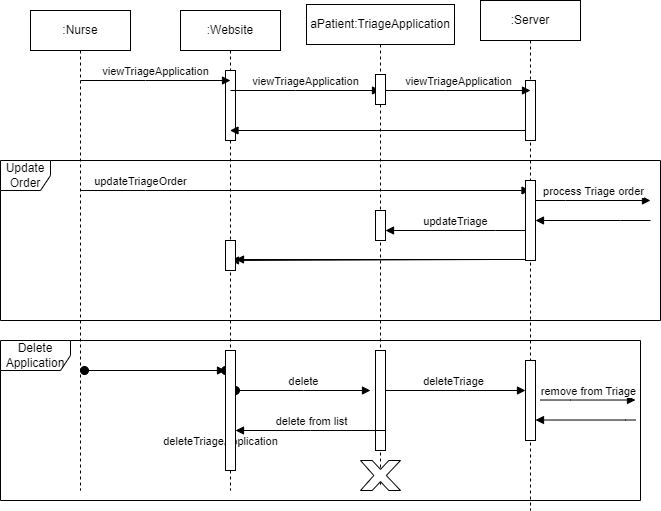
Above: Milestone2/activityDiagrams/Copy of view triage sequence diagram.drawio.png in SENG-350-2024-fall/Team5 (draw.io), before the change. Source tidied: cells renumbered, new cells last; positions are measured from the earlier drawing's top-left corner, leaving out a move shared by most shapes.
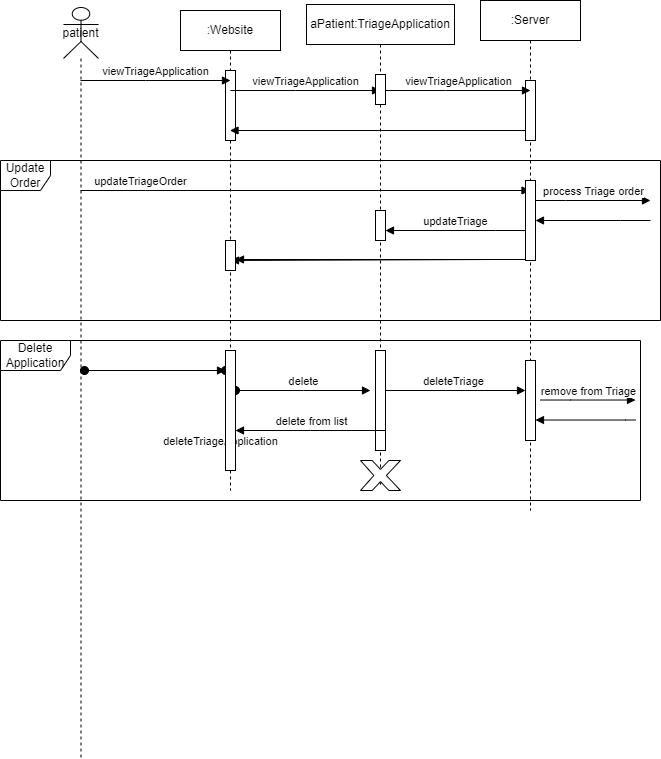
After the change.

Diff of the diagram source:
```diff
@@ -17,9 +17,6 @@
     <mxCell id="6" style="html=1;perimeter=orthogonalPerimeter;targetShapes=umlLifeline;newEdgeStyle={&quot;edgeStyle&quot;:&quot;elbowEdgeStyle&quot;,&quot;elbow&quot;:&quot;vertical&quot;,&quot;curved&quot;:0,&quot;rounded&quot;:0};" parent="5" vertex="1">
       <mxGeometry x="45" y="60" width="10" height="70" as="geometry" />
     </mxCell>
-    <mxCell id="7" value=":Nurse" style="shape=umlLifeline;perimeter=lifelinePerimeter;whiteSpace=wrap;html=1;newEdgeStyle={&quot;edgeStyle&quot;:&quot;elbowEdgeStyle&quot;,&quot;elbow&quot;:&quot;vertical&quot;,&quot;curved&quot;:0,&quot;rounded&quot;:0};" parent="1" vertex="1">
-      <mxGeometry x="30" y="10" width="100" height="480" as="geometry" />
-    </mxCell>
     <mxCell id="8" value="viewTriageApplication" style="html=1;verticalAlign=bottom;endArrow=block;edgeStyle=elbowEdgeStyle;elbow=vertical;curved=0;rounded=0;" parent="1" edge="1">
       <mxGeometry relative="1" as="geometry">
         <mxPoint x="80" y="80" as="sourcePoint" />
@@ -193,5 +190,8 @@
     <mxCell id="37" style="html=1;points=[];perimeter=orthogonalPerimeter;outlineConnect=0;targetShapes=umlLifeline;portConstraint=eastwest;newEdgeStyle={&quot;edgeStyle&quot;:&quot;elbowEdgeStyle&quot;,&quot;elbow&quot;:&quot;vertical&quot;,&quot;curved&quot;:0,&quot;rounded&quot;:0};" parent="1" vertex="1">
       <mxGeometry x="375" y="74" width="10" height="30" as="geometry" />
     </mxCell>
+    <mxCell id="38" value="patient" style="shape=umlLifeline;perimeter=lifelinePerimeter;whiteSpace=wrap;html=1;newEdgeStyle={&quot;curved&quot;:0,&quot;rounded&quot;:0};participant=umlActor;size=51;" parent="1" vertex="1">
+      <mxGeometry x="63" y="7" width="35" height="751" as="geometry" />
+    </mxCell>
   </root>
 </mxGraphModel>
```
